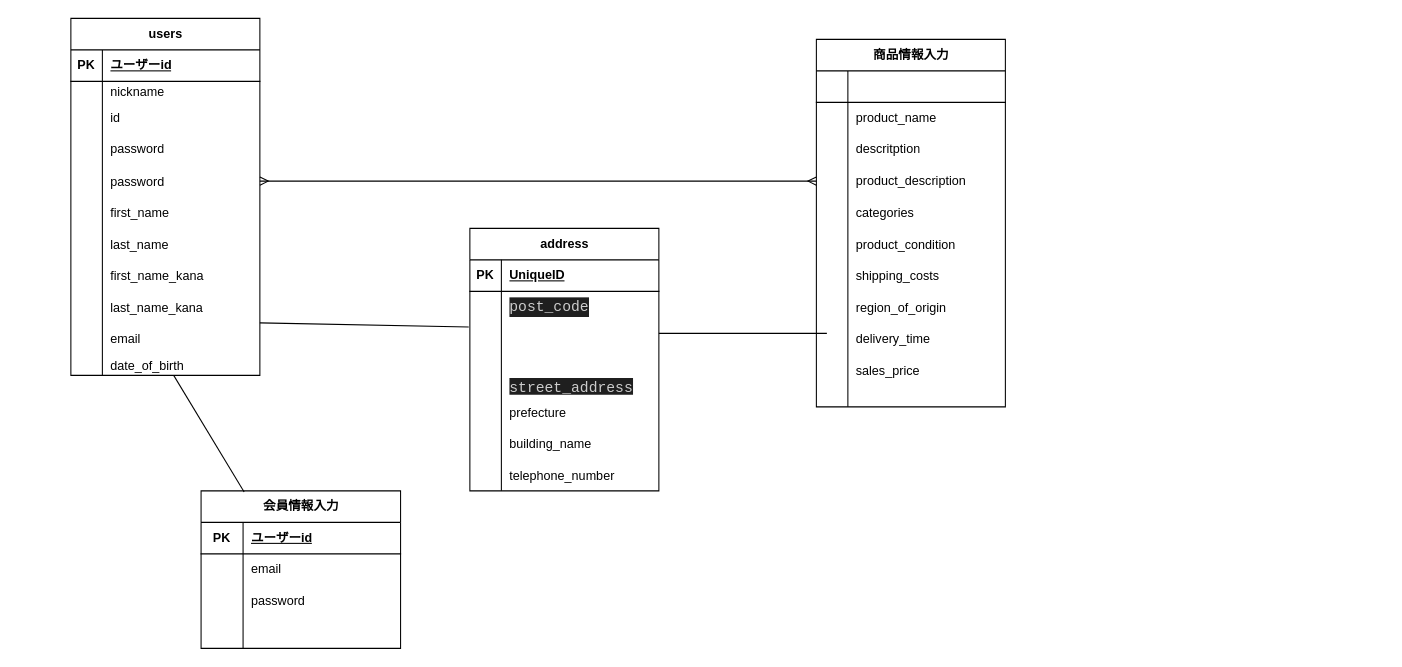
The draw.io diagram ERB.dio in kueitosu401/furima-41964, before the edit. Source tidied: cells renumbered, new cells numbered last; positions are measured from the earlier drawing's top-left corner, leaving out a move shared by most shapes. Both pictures are drawn from the tidied source at 105%, with x=0, y=0 at pixel (18, 18).
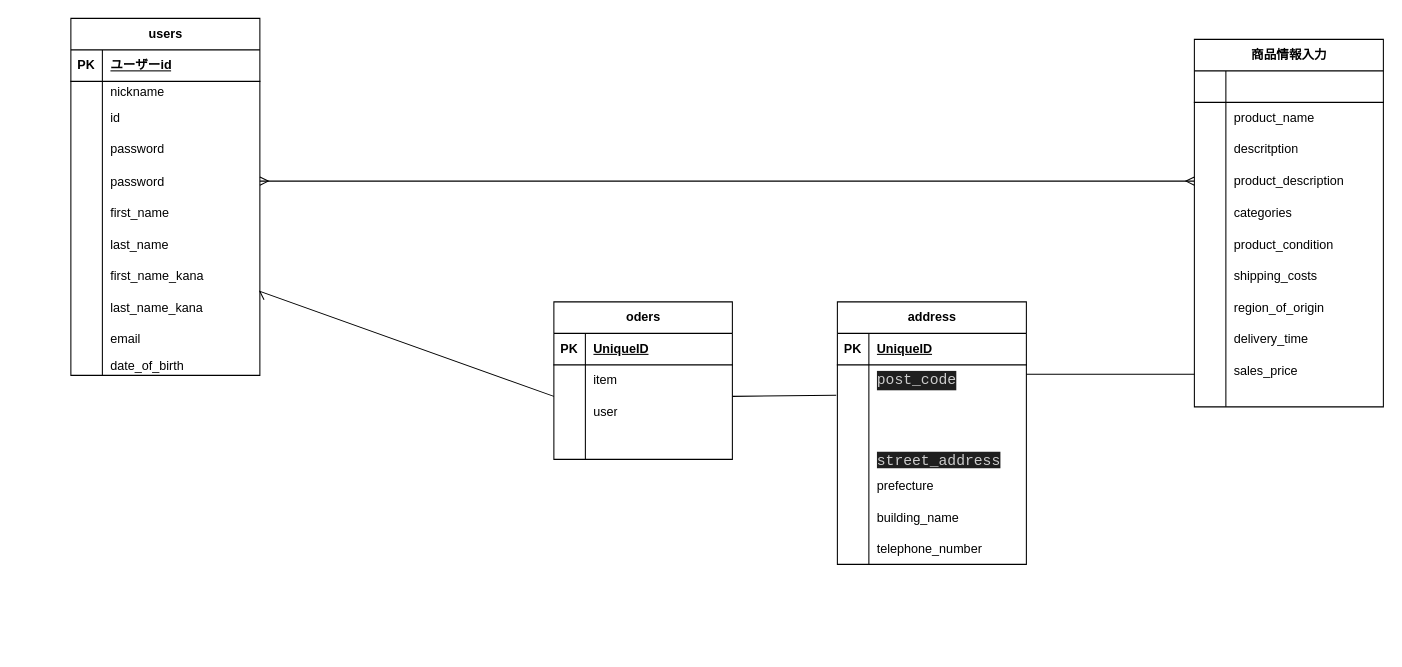
Above is the later version.

The change refers to these unchanged cells:
```xml
<mxCell id="31" style="shape=tableRow;horizontal=0;startSize=0;swimlaneHead=0;swimlaneBody=0;fillColor=none;points=[[0,0.5],[1,0.5]];portConstraint=eastwest;top=0;left=0;right=0;bottom=0;" parent="6" vertex="1">
  <mxGeometry y="260" width="180" height="30" as="geometry" />
</mxCell>
<mxCell id="34" style="shape=tableRow;horizontal=0;startSize=0;swimlaneHead=0;swimlaneBody=0;fillColor=none;points=[[0,0.5],[1,0.5]];portConstraint=eastwest;top=0;left=0;right=0;bottom=0;" parent="6" vertex="1">
  <mxGeometry y="290" width="180" height="30" as="geometry" />
</mxCell>
<mxCell id="37" style="shape=tableRow;horizontal=0;startSize=0;swimlaneHead=0;swimlaneBody=0;fillColor=none;points=[[0,0.5],[1,0.5]];portConstraint=eastwest;top=0;left=0;right=0;bottom=0;" parent="6" vertex="1">
  <mxGeometry y="320" width="180" height="20" as="geometry" />
</mxCell>
<mxCell id="94" style="shape=tableRow;horizontal=0;startSize=0;swimlaneHead=0;swimlaneBody=0;fillColor=none;points=[[0,0.5],[1,0.5]];portConstraint=eastwest;top=0;left=0;right=0;bottom=0;" parent="87" vertex="1">
  <mxGeometry y="90" width="180" height="30" as="geometry" />
</mxCell>
```

What changed in the source:
```diff
@@
-    <mxCell id="40" value="会員情報入力" style="shape=table;startSize=30;childLayout=tableLayout;rowLines=0;fontStyle=1;align=center;html=1;" parent="1" vertex="1">
-      <mxGeometry x="174" y="450" width="190" height="150" as="geometry" />
-    </mxCell>
-    <mxCell id="41" style="shape=tableRow;horizontal=0;startSize=0;swimlaneHead=0;swimlaneBody=0;fillColor=none;top=0;left=0;right=0;bottom=1;" parent="40" vertex="1">
-      <mxGeometry y="30" width="190" height="30" as="geometry" />
-    </mxCell>
-    <mxCell id="42" value="PK" style="shape=partialRectangle;fillColor=none;top=0;left=0;bottom=0;right=0;fontStyle=1;overflow=hidden;whiteSpace=wrap;html=1;" parent="41" vertex="1">
-      <mxGeometry width="40" height="30" as="geometry" />
-    </mxCell>
-    <mxCell id="43" value="ユーザーid" style="shape=partialRectangle;fillColor=none;top=0;left=0;bottom=0;right=0;align=left;spacingLeft=6;fontStyle=5;overflow=hidden;whiteSpace=wrap;html=1;" parent="41" vertex="1">
-      <mxGeometry x="40" width="150" height="30" as="geometry" />
-    </mxCell>
-    <mxCell id="44" style="shape=tableRow;horizontal=0;startSize=0;swimlaneHead=0;swimlaneBody=0;fillColor=none;top=0;left=0;right=0;bottom=0;" parent="40" vertex="1">
-      <mxGeometry y="60" width="190" height="30" as="geometry" />
-    </mxCell>
-    <mxCell id="45" style="shape=partialRectangle;fillColor=none;top=0;left=0;bottom=0;right=0;overflow=hidden;whiteSpace=wrap;html=1;" parent="44" vertex="1">
-      <mxGeometry width="40" height="30" as="geometry" />
-    </mxCell>
-    <mxCell id="46" value="email" style="shape=partialRectangle;fillColor=none;top=0;left=0;bottom=0;right=0;align=left;spacingLeft=6;overflow=hidden;whiteSpace=wrap;html=1;" parent="44" vertex="1">
-      <mxGeometry x="40" width="150" height="30" as="geometry" />
-    </mxCell>
-    <mxCell id="47" style="shape=tableRow;horizontal=0;startSize=0;swimlaneHead=0;swimlaneBody=0;fillColor=none;top=0;left=0;right=0;bottom=0;" parent="40" vertex="1">
-      <mxGeometry y="90" width="190" height="30" as="geometry" />
-    </mxCell>
-    <mxCell id="48" style="shape=partialRectangle;fillColor=none;top=0;left=0;bottom=0;right=0;overflow=hidden;whiteSpace=wrap;html=1;" parent="47" vertex="1">
-      <mxGeometry width="40" height="30" as="geometry" />
-    </mxCell>
-    <mxCell id="49" value="password" style="shape=partialRectangle;fillColor=none;top=0;left=0;bottom=0;right=0;align=left;spacingLeft=6;overflow=hidden;whiteSpace=wrap;html=1;" parent="47" vertex="1">
-      <mxGeometry x="40" width="150" height="30" as="geometry" />
-    </mxCell>
-    <mxCell id="50" style="shape=tableRow;horizontal=0;startSize=0;swimlaneHead=0;swimlaneBody=0;fillColor=none;top=0;left=0;right=0;bottom=0;" parent="40" vertex="1">
-      <mxGeometry y="120" width="190" height="30" as="geometry" />
-    </mxCell>
-    <mxCell id="51" style="shape=partialRectangle;fillColor=none;top=0;left=0;bottom=0;right=0;overflow=hidden;whiteSpace=wrap;html=1;" parent="50" vertex="1">
-      <mxGeometry width="40" height="30" as="geometry" />
-    </mxCell>
-    <mxCell id="52" style="shape=partialRectangle;fillColor=none;top=0;left=0;bottom=0;right=0;align=left;spacingLeft=6;overflow=hidden;whiteSpace=wrap;html=1;" parent="50" vertex="1">
-      <mxGeometry x="40" width="150" height="30" as="geometry" />
-    </mxCell>
     <mxCell id="53" value="商品情報入力" style="shape=table;startSize=30;childLayout=tableLayout;rowLines=0;fontStyle=1;align=center;html=1;" parent="1" vertex="1">
-      <mxGeometry x="760" y="20" width="180" height="350" as="geometry" />
+      <mxGeometry x="1120" y="20" width="180" height="350" as="geometry" />
     </mxCell>
@@
     <mxCell id="87" value="address" style="shape=table;startSize=30;childLayout=tableLayout;rowLines=0;fontStyle=1;align=center;html=1;" parent="1" vertex="1">
-      <mxGeometry x="430" y="200" width="180" height="250" as="geometry" />
+      <mxGeometry x="780" y="270" width="180" height="250" as="geometry" />
     </mxCell>
@@
-    <mxCell id="113" style="endArrow=none;html=1;rounded=0;exitX=0.544;exitY=1;exitDx=0;exitDy=0;exitPerimeter=0;entryX=0.216;entryY=0.007;entryDx=0;entryDy=0;entryPerimeter=0;" parent="1" edge="1" source="37" target="40">
-      <mxGeometry relative="1" as="geometry" />
-    </mxCell>
-    <mxCell id="114" style="endArrow=none;html=1;rounded=0;" parent="1" edge="1">
-      <mxGeometry relative="1" as="geometry">
-        <mxPoint x="610" y="300" as="sourcePoint" />
-        <mxPoint x="770" y="300" as="targetPoint" />
-      </mxGeometry>
-    </mxCell>
-    <mxCell id="115" style="endArrow=none;html=1;rounded=0;exitX=1;exitY=0;exitDx=0;exitDy=0;exitPerimeter=0;entryX=-0.006;entryY=0.133;entryDx=0;entryDy=0;entryPerimeter=0;" parent="1" edge="1" source="34" target="94">
-      <mxGeometry relative="1" as="geometry" />
-    </mxCell>
+    <mxCell id="116" value="oders" style="shape=table;startSize=30;childLayout=tableLayout;rowLines=0;fontStyle=1;align=center;html=1;" parent="1" vertex="1">
+      <mxGeometry x="510" y="270" width="170" height="150" as="geometry" />
+    </mxCell>
+    <mxCell id="117" style="shape=tableRow;horizontal=0;startSize=0;swimlaneHead=0;swimlaneBody=0;fillColor=none;top=0;left=0;right=0;bottom=1;" parent="116" vertex="1">
+      <mxGeometry y="30" width="170" height="30" as="geometry" />
+    </mxCell>
+    <mxCell id="42" value="PK" style="shape=partialRectangle;fillColor=none;top=0;left=0;bottom=0;right=0;fontStyle=1;overflow=hidden;whiteSpace=wrap;html=1;" parent="117" vertex="1">
+      <mxGeometry width="30" height="30" as="geometry" />
+    </mxCell>
+    <mxCell id="118" value="UniqueID" style="shape=partialRectangle;fillColor=none;top=0;left=0;bottom=0;right=0;align=left;spacingLeft=6;fontStyle=5;overflow=hidden;whiteSpace=wrap;html=1;" parent="117" vertex="1">
+      <mxGeometry x="30" width="140" height="30" as="geometry" />
+    </mxCell>
+    <mxCell id="119" style="shape=tableRow;horizontal=0;startSize=0;swimlaneHead=0;swimlaneBody=0;fillColor=none;top=0;left=0;right=0;bottom=0;" parent="116" vertex="1">
+      <mxGeometry y="60" width="170" height="30" as="geometry" />
+    </mxCell>
+    <mxCell id="120" style="shape=partialRectangle;fillColor=none;top=0;left=0;bottom=0;right=0;overflow=hidden;whiteSpace=wrap;html=1;" parent="119" vertex="1">
+      <mxGeometry width="30" height="30" as="geometry" />
+    </mxCell>
+    <mxCell id="121" value="item" style="shape=partialRectangle;fillColor=none;top=0;left=0;bottom=0;right=0;align=left;spacingLeft=6;overflow=hidden;whiteSpace=wrap;html=1;" parent="119" vertex="1">
+      <mxGeometry x="30" width="140" height="30" as="geometry" />
+    </mxCell>
+    <mxCell id="122" style="shape=tableRow;horizontal=0;startSize=0;swimlaneHead=0;swimlaneBody=0;fillColor=none;top=0;left=0;right=0;bottom=0;" parent="116" vertex="1">
+      <mxGeometry y="90" width="170" height="30" as="geometry" />
+    </mxCell>
+    <mxCell id="123" style="shape=partialRectangle;fillColor=none;top=0;left=0;bottom=0;right=0;overflow=hidden;whiteSpace=wrap;html=1;" parent="122" vertex="1">
+      <mxGeometry width="30" height="30" as="geometry" />
+    </mxCell>
+    <mxCell id="124" value="user" style="shape=partialRectangle;fillColor=none;top=0;left=0;bottom=0;right=0;align=left;spacingLeft=6;overflow=hidden;whiteSpace=wrap;html=1;" parent="122" vertex="1">
+      <mxGeometry x="30" width="140" height="30" as="geometry" />
+    </mxCell>
+    <mxCell id="125" style="shape=tableRow;horizontal=0;startSize=0;swimlaneHead=0;swimlaneBody=0;fillColor=none;top=0;left=0;right=0;bottom=0;" parent="116" vertex="1">
+      <mxGeometry y="120" width="170" height="30" as="geometry" />
+    </mxCell>
+    <mxCell id="126" style="shape=partialRectangle;fillColor=none;top=0;left=0;bottom=0;right=0;overflow=hidden;whiteSpace=wrap;html=1;" parent="125" vertex="1">
+      <mxGeometry width="30" height="30" as="geometry" />
+    </mxCell>
+    <mxCell id="127" style="shape=partialRectangle;fillColor=none;top=0;left=0;bottom=0;right=0;align=left;spacingLeft=6;overflow=hidden;whiteSpace=wrap;html=1;" parent="125" vertex="1">
+      <mxGeometry x="30" width="140" height="30" as="geometry" />
+    </mxCell>
+    <mxCell id="128" style="endArrow=none;html=1;rounded=0;exitX=1.022;exitY=0.267;exitDx=0;exitDy=0;exitPerimeter=0;" parent="1" edge="1" source="31">
+      <mxGeometry relative="1" as="geometry">
+        <mxPoint x="510" y="360" as="targetPoint" />
+        <Array as="points">
+          <mxPoint x="230" y="260" />
+        </Array>
+      </mxGeometry>
+    </mxCell>
+    <mxCell id="129" style="endArrow=none;html=1;rounded=0;" parent="1" edge="1">
+      <mxGeometry relative="1" as="geometry">
+        <mxPoint x="960" y="339" as="sourcePoint" />
+        <mxPoint x="1120" y="339" as="targetPoint" />
+      </mxGeometry>
+    </mxCell>
+    <mxCell id="130" style="endArrow=none;html=1;rounded=0;entryX=-0.006;entryY=-0.033;entryDx=0;entryDy=0;entryPerimeter=0;" parent="1" edge="1" target="94">
+      <mxGeometry relative="1" as="geometry">
+        <mxPoint x="680" y="360" as="sourcePoint" />
+      </mxGeometry>
+    </mxCell>
```
